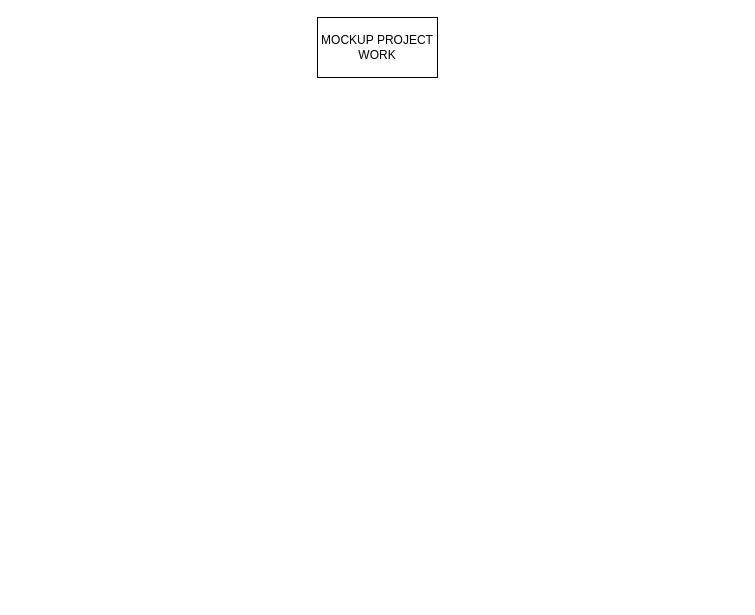
This is page "Login Page" (1 of 6) of Mockup PJ.drawio from ITSPisaniM/Gruppo3CPSS, a draw.io file, before an edit. Source tidied: cells renumbered, new cells numbered last; positions are measured from the earlier drawing's top-left corner, leaving out a move shared by most shapes. Both pictures are drawn from the tidied source at 100%, with x=0, y=0 at pixel (317, 17).
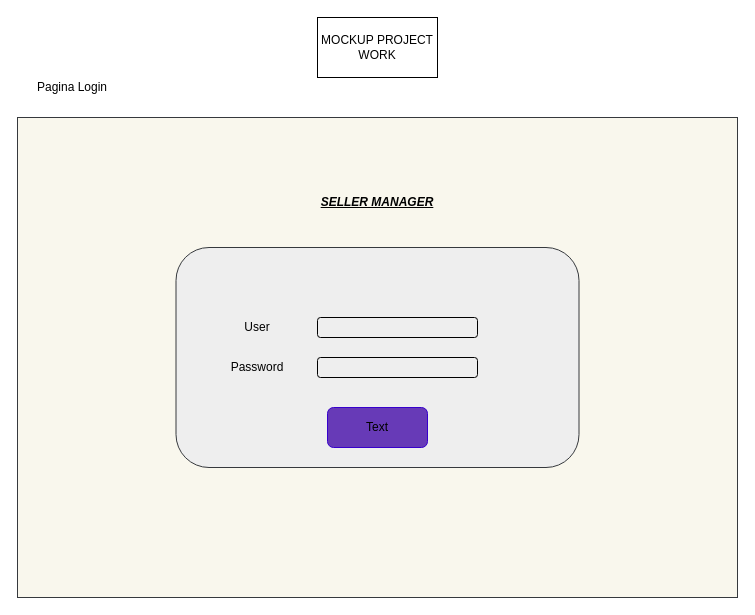
The same page after the edit.

Commit message:
primi mockup

The edit, as a diff of the source:
```diff
@@
 <mxGraphModel>
   <root>
     <mxCell id="0" />
     <mxCell id="1" parent="0" />
     <mxCell id="2" value="MOCKUP PROJECT WORK" style="rounded=0;whiteSpace=wrap;html=1;" parent="1" vertex="1">
       <mxGeometry width="120" height="60" as="geometry" />
     </mxCell>
+    <mxCell id="3" style="rounded=0;whiteSpace=wrap;html=1;fillColor=#f9f7ed;strokeColor=#36393d;" parent="1" vertex="1">
+      <mxGeometry x="-300" y="100" width="720" height="480" as="geometry" />
+    </mxCell>
+    <mxCell id="4" value="Pagina Login" style="text;html=1;strokeColor=none;fillColor=none;align=center;verticalAlign=middle;whiteSpace=wrap;rounded=0;" parent="1" vertex="1">
+      <mxGeometry x="-300" y="60" width="110" height="20" as="geometry" />
+    </mxCell>
+    <mxCell id="5" style="rounded=1;whiteSpace=wrap;html=1;fillColor=#eeeeee;strokeColor=#36393d;" parent="1" vertex="1">
+      <mxGeometry x="-141.5" y="230" width="403" height="220" as="geometry" />
+    </mxCell>
+    <mxCell id="6" value="&lt;font color=&quot;#000000&quot;&gt;User&lt;/font&gt;" style="text;html=1;strokeColor=none;fillColor=none;align=center;verticalAlign=middle;whiteSpace=wrap;rounded=0;" parent="1" vertex="1">
+      <mxGeometry x="-80" y="300" width="40" height="20" as="geometry" />
+    </mxCell>
+    <mxCell id="7" value="&lt;font color=&quot;#000000&quot;&gt;Password&lt;/font&gt;" style="text;html=1;strokeColor=none;fillColor=none;align=center;verticalAlign=middle;whiteSpace=wrap;rounded=0;" parent="1" vertex="1">
+      <mxGeometry x="-80" y="340" width="40" height="20" as="geometry" />
+    </mxCell>
+    <mxCell id="8" style="rounded=1;whiteSpace=wrap;html=1;fillColor=none;strokeColor=#000000;" parent="1" vertex="1">
+      <mxGeometry y="300" width="160" height="20" as="geometry" />
+    </mxCell>
+    <mxCell id="9" style="rounded=1;whiteSpace=wrap;html=1;fillColor=none;strokeColor=#000000;" parent="1" vertex="1">
+      <mxGeometry y="340" width="160" height="20" as="geometry" />
+    </mxCell>
+    <mxCell id="10" style="rounded=1;whiteSpace=wrap;html=1;fontColor=#ffffff;strokeColor=#3700CC;fillColor=#673ab7;" parent="1" vertex="1">
+      <mxGeometry x="10" y="390" width="100" height="40" as="geometry" />
+    </mxCell>
+    <mxCell id="11" value="Text" style="text;html=1;strokeColor=none;align=center;verticalAlign=middle;whiteSpace=wrap;rounded=0;" parent="1" vertex="1">
+      <mxGeometry x="40" y="400" width="40" height="20" as="geometry" />
+    </mxCell>
+    <mxCell id="12" value="&lt;font color=&quot;#000000&quot;&gt;SELLER MANAGER&lt;/font&gt;" style="text;html=1;align=center;verticalAlign=middle;whiteSpace=wrap;rounded=0;fontStyle=7;" parent="1" vertex="1">
+      <mxGeometry x="-18" y="160" width="156" height="50" as="geometry" />
+    </mxCell>
   </root>
 </mxGraphModel>
```
